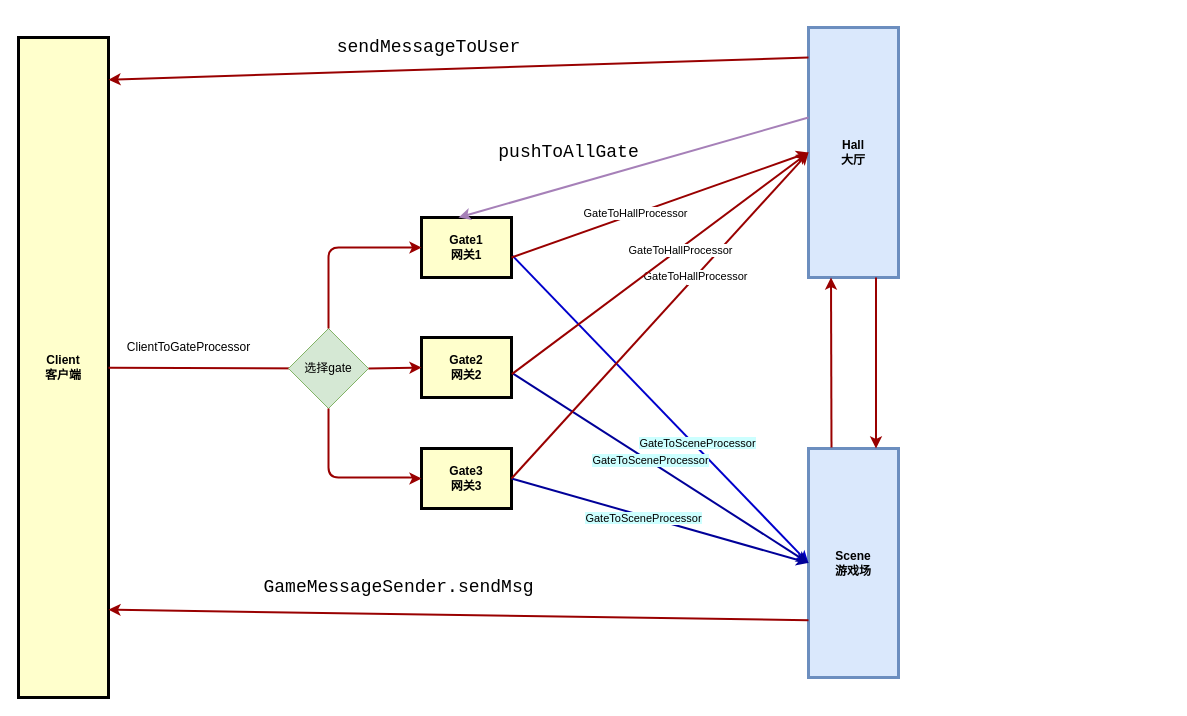
Above: com/xmg/Untitled Diagram.drawio in mingchengtianxia/sanguo (draw.io), before the change. Source tidied: cells renumbered, new cells numbered last; positions are measured from the earlier drawing's top-left corner, leaving out a move shared by most shapes. Both pictures are drawn from the tidied source at 100%, with x=0, y=0 at pixel (18, 17).
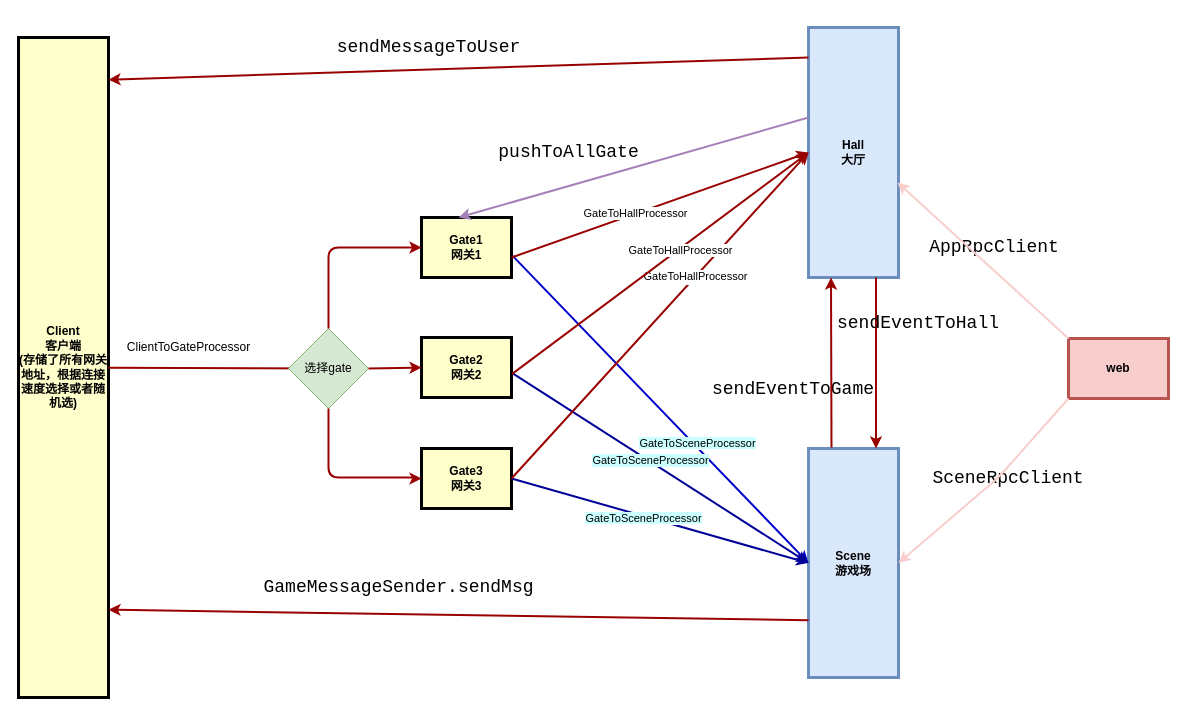
The same page after the edit.

Unchanged cells that the change refers to:
```xml
<mxCell id="12" value="Hall&#10;大厅" style="whiteSpace=wrap;align=center;verticalAlign=middle;fontStyle=1;strokeWidth=3;fillColor=#dae8fc;strokeColor=#6c8ebf;" parent="1" vertex="1">
  <mxGeometry x="790" y="10" width="90" height="250" as="geometry" />
</mxCell>
<mxCell id="13" value="Scene&#10;游戏场" style="whiteSpace=wrap;align=center;verticalAlign=middle;fontStyle=1;strokeWidth=3;fillColor=#dae8fc;strokeColor=#6c8ebf;" parent="1" vertex="1">
  <mxGeometry x="790" y="431" width="90" height="229" as="geometry" />
</mxCell>
```

The edit, as a diff of the source:
```diff
@@
+    <mxCell id="35" value="&lt;pre style=&quot;font-size: 13.5pt ; background-color: rgb(255 , 255 , 255) ; font-family: &amp;#34;consolas&amp;#34;&quot;&gt;sendEventToGame&lt;/pre&gt;" style="text;html=1;strokeColor=none;fillColor=none;align=center;verticalAlign=middle;whiteSpace=wrap;rounded=0;" parent="1" vertex="1">
+      <mxGeometry x="690" y="352" width="170" height="39" as="geometry" />
+    </mxCell>
+    <mxCell id="36" value="&lt;pre style=&quot;background-color: rgb(255 , 255 , 255) ; font-family: &amp;#34;consolas&amp;#34; ; font-size: 13.5pt&quot;&gt;&lt;pre style=&quot;font-family: &amp;#34;consolas&amp;#34; ; font-size: 13.5pt&quot;&gt;SceneRpcClient&lt;/pre&gt;&lt;/pre&gt;" style="text;html=1;strokeColor=none;fillColor=none;align=center;verticalAlign=middle;whiteSpace=wrap;rounded=0;" parent="1" vertex="1">
+      <mxGeometry x="920" y="441" width="140" height="40" as="geometry" />
+    </mxCell>
+    <mxCell id="37" value="&lt;pre style=&quot;background-color: rgb(255 , 255 , 255) ; font-family: &amp;#34;consolas&amp;#34; ; font-size: 13.5pt&quot;&gt;AppRpcClient&lt;/pre&gt;" style="text;html=1;strokeColor=none;fillColor=none;align=center;verticalAlign=middle;whiteSpace=wrap;rounded=0;" parent="1" vertex="1">
+      <mxGeometry x="906" y="210" width="140" height="40" as="geometry" />
+    </mxCell>
-    <mxCell id="2" value="Client&#10;客户端" style="whiteSpace=wrap;align=center;verticalAlign=middle;fontStyle=1;strokeWidth=3;fillColor=#FFFFCC;" parent="1" vertex="1">
+    <mxCell id="2" value="Client&#10;客户端&#10;(存储了所有网关地址，根据连接速度选择或者随机选)" style="whiteSpace=wrap;align=center;verticalAlign=middle;fontStyle=1;strokeWidth=3;fillColor=#FFFFCC;" parent="1" vertex="1">
       <mxGeometry y="20" width="90" height="660" as="geometry" />
     </mxCell>
@@
+    <mxCell id="38" value="web" style="whiteSpace=wrap;align=center;verticalAlign=middle;fontStyle=1;strokeWidth=3;fillColor=#f8cecc;strokeColor=#b85450;" parent="1" vertex="1">
+      <mxGeometry x="1050" y="321" width="100" height="60" as="geometry" />
+    </mxCell>
+    <mxCell id="39" style="edgeStyle=none;noEdgeStyle=1;strokeColor=#F8CECC;strokeWidth=2;exitX=0;exitY=1;exitDx=0;exitDy=0;entryX=1;entryY=0.5;entryDx=0;entryDy=0;" parent="1" edge="1" source="38" target="13">
+      <mxGeometry relative="1" as="geometry">
+        <Array as="points">
+          <mxPoint x="980" y="460" />
+        </Array>
+      </mxGeometry>
+    </mxCell>
+    <mxCell id="40" style="edgeStyle=none;noEdgeStyle=1;strokeColor=#F8CECC;strokeWidth=2;exitX=0;exitY=0;exitDx=0;exitDy=0;entryX=0.989;entryY=0.62;entryDx=0;entryDy=0;entryPerimeter=0;" parent="1" edge="1" source="38" target="12">
+      <mxGeometry relative="1" as="geometry" />
+    </mxCell>
+    <mxCell id="41" value="&lt;span style=&quot;font-family: &amp;#34;consolas&amp;#34; ; font-size: 13.5pt&quot;&gt;sendEventToHall&lt;/span&gt;" style="text;html=1;strokeColor=none;fillColor=none;align=center;verticalAlign=middle;whiteSpace=wrap;rounded=0;" parent="1" vertex="1">
+      <mxGeometry x="800" y="281" width="200" height="50" as="geometry" />
+    </mxCell>
```
